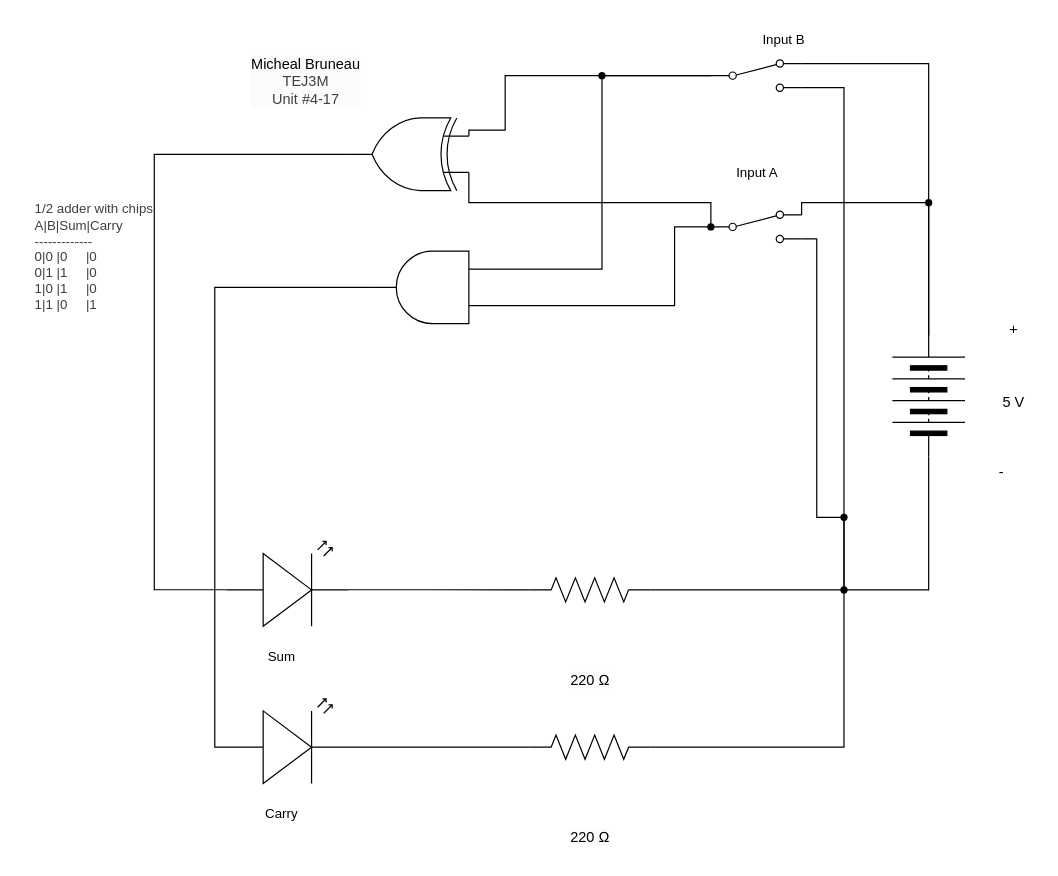
Before: TEJ3M 4-17/schematic diagram.drawio in michael-bruneau/TEJ3M-Unit-4, a draw.io diagram. Source tidied: cells renumbered, new cells numbered last; positions are measured from the earlier drawing's top-left corner, leaving out a move shared by most shapes. Both pictures are drawn from the tidied source at 121%, with x=0, y=0 at pixel (21, 21).
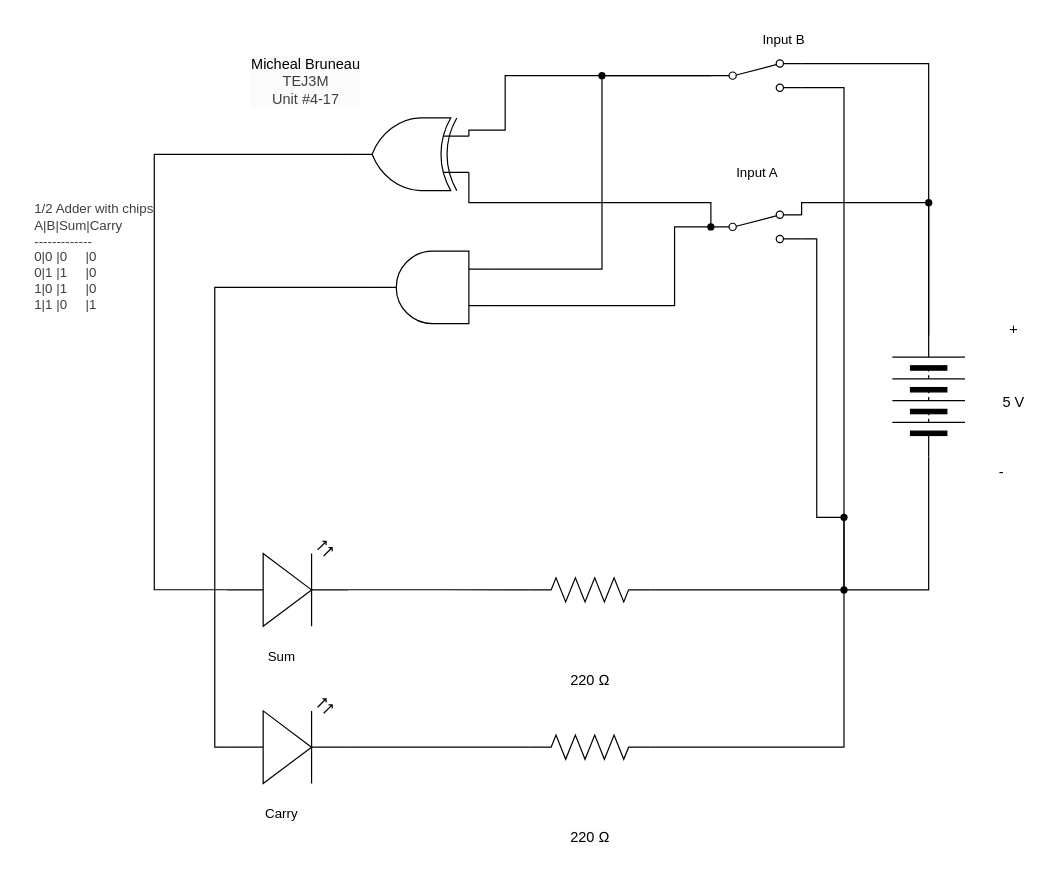
After the change.

What changed in the source:
```diff
@@
-    <mxCell id="3" value="&lt;div style=&quot;scrollbar-color: rgb(226, 226, 226) rgb(251, 251, 251); font-size: 11px; text-align: left; color: rgb(63, 63, 63);&quot;&gt;&lt;span style=&quot;background-color: rgb(255, 255, 255);&quot;&gt;1/2 adder with chips&lt;/span&gt;&lt;/div&gt;&lt;div style=&quot;scrollbar-color: rgb(226, 226, 226) rgb(251, 251, 251); font-size: 11px; text-align: left; color: rgb(63, 63, 63);&quot;&gt;&lt;span style=&quot;color: light-dark(rgb(63, 63, 63), rgb(183, 183, 183));&quot;&gt;A|B|Sum|Carry&lt;/span&gt;&lt;/div&gt;&lt;div style=&quot;color: rgb(63, 63, 63); scrollbar-color: rgb(226, 226, 226) rgb(251, 251, 251); font-size: 11px; text-align: left;&quot;&gt;-------------&lt;/div&gt;&lt;div style=&quot;color: rgb(63, 63, 63); scrollbar-color: rgb(226, 226, 226) rgb(251, 251, 251); font-size: 11px; text-align: left;&quot;&gt;0|0 |0&amp;nbsp; &amp;nbsp; &amp;nbsp;|0&lt;/div&gt;&lt;div style=&quot;color: rgb(63, 63, 63); scrollbar-color: rgb(226, 226, 226) rgb(251, 251, 251); font-size: 11px; text-align: left;&quot;&gt;0|1 |1&amp;nbsp; &amp;nbsp; &amp;nbsp;|0&lt;/div&gt;&lt;div style=&quot;color: rgb(63, 63, 63); scrollbar-color: rgb(226, 226, 226) rgb(251, 251, 251); font-size: 11px; text-align: left;&quot;&gt;1|0 |1&amp;nbsp; &amp;nbsp; &amp;nbsp;|0&lt;/div&gt;&lt;div style=&quot;color: rgb(63, 63, 63); scrollbar-color: rgb(226, 226, 226) rgb(251, 251, 251); font-size: 11px; text-align: left;&quot;&gt;1|1 |0&amp;nbsp; &amp;nbsp; &amp;nbsp;|1&lt;/div&gt;" style="text;html=1;align=center;verticalAlign=middle;strokeColor=none;fillColor=none;" parent="1" vertex="1">
+    <mxCell id="3" value="&lt;div style=&quot;scrollbar-color: rgb(226, 226, 226) rgb(251, 251, 251); font-size: 11px; text-align: left; color: rgb(63, 63, 63);&quot;&gt;&lt;span style=&quot;background-color: rgb(255, 255, 255);&quot;&gt;1/2 Adder with chips&lt;/span&gt;&lt;/div&gt;&lt;div style=&quot;scrollbar-color: rgb(226, 226, 226) rgb(251, 251, 251); font-size: 11px; text-align: left; color: rgb(63, 63, 63);&quot;&gt;&lt;span style=&quot;color: light-dark(rgb(63, 63, 63), rgb(183, 183, 183));&quot;&gt;A|B|Sum|Carry&lt;/span&gt;&lt;/div&gt;&lt;div style=&quot;color: rgb(63, 63, 63); scrollbar-color: rgb(226, 226, 226) rgb(251, 251, 251); font-size: 11px; text-align: left;&quot;&gt;-------------&lt;/div&gt;&lt;div style=&quot;color: rgb(63, 63, 63); scrollbar-color: rgb(226, 226, 226) rgb(251, 251, 251); font-size: 11px; text-align: left;&quot;&gt;0|0 |0&amp;nbsp; &amp;nbsp; &amp;nbsp;|0&lt;/div&gt;&lt;div style=&quot;color: rgb(63, 63, 63); scrollbar-color: rgb(226, 226, 226) rgb(251, 251, 251); font-size: 11px; text-align: left;&quot;&gt;0|1 |1&amp;nbsp; &amp;nbsp; &amp;nbsp;|0&lt;/div&gt;&lt;div style=&quot;color: rgb(63, 63, 63); scrollbar-color: rgb(226, 226, 226) rgb(251, 251, 251); font-size: 11px; text-align: left;&quot;&gt;1|0 |1&amp;nbsp; &amp;nbsp; &amp;nbsp;|0&lt;/div&gt;&lt;div style=&quot;color: rgb(63, 63, 63); scrollbar-color: rgb(226, 226, 226) rgb(251, 251, 251); font-size: 11px; text-align: left;&quot;&gt;1|1 |0&amp;nbsp; &amp;nbsp; &amp;nbsp;|1&lt;/div&gt;" style="text;html=1;align=center;verticalAlign=middle;strokeColor=none;fillColor=none;" parent="1" vertex="1">
       <mxGeometry y="140" width="120" height="110" as="geometry" />
     </mxCell>
```
